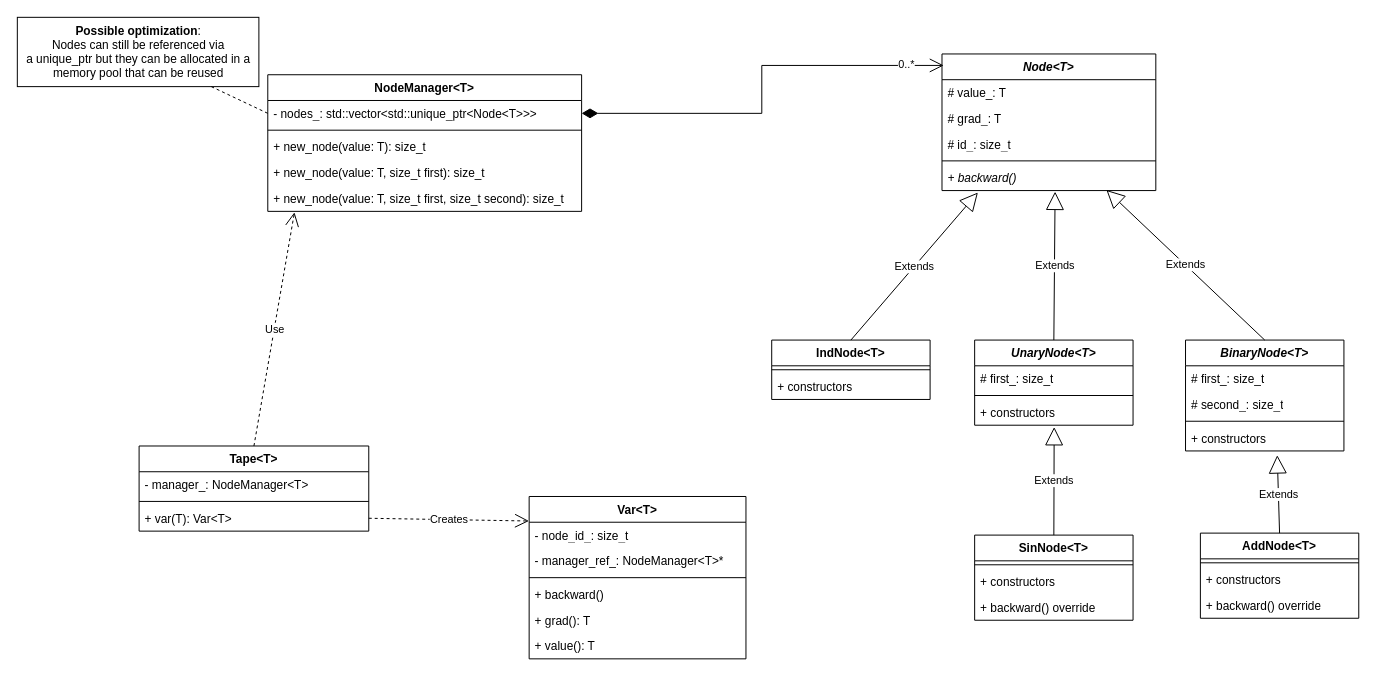
Before: docs/autodiff_reverse_main.drawio in giusgal/autodiff, a draw.io diagram. Source tidied: cells renumbered, new cells numbered last; positions are measured from the earlier drawing's top-left corner, leaving out a move shared by most shapes. Both pictures are drawn from the tidied source at 99%, with x=0, y=0 at pixel (17, 17).
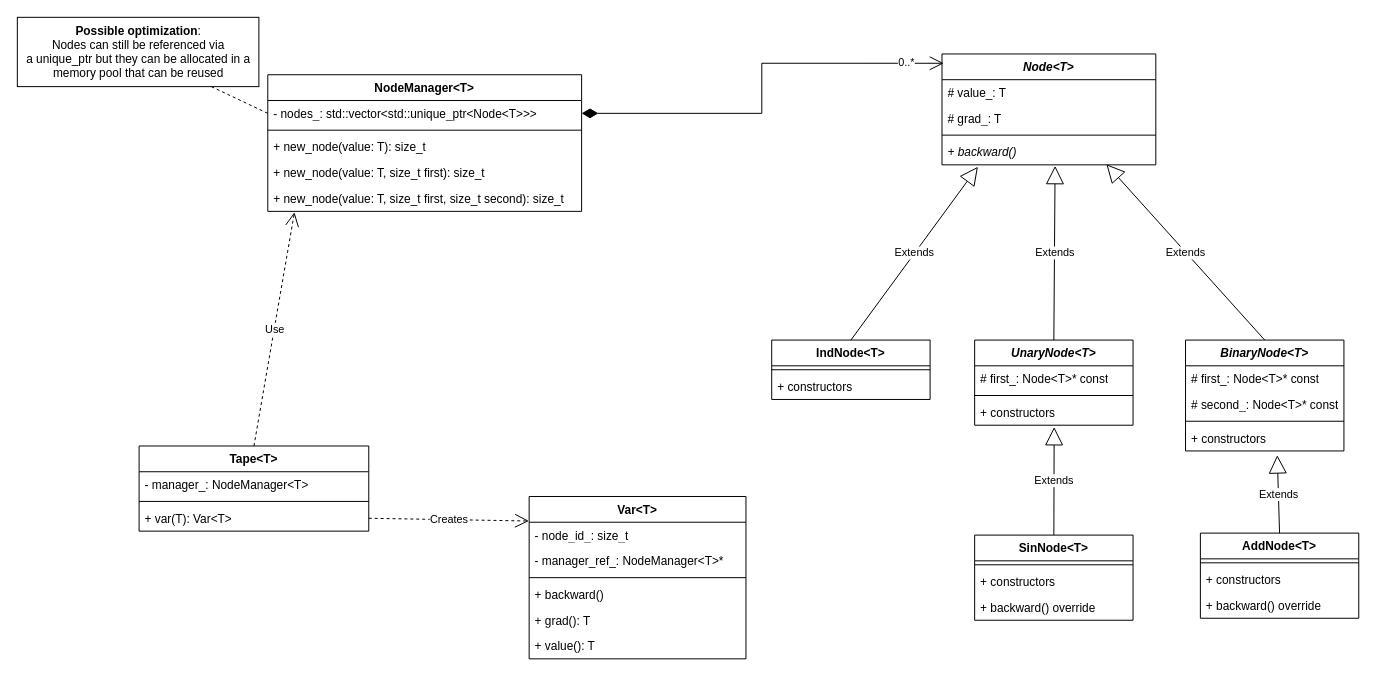
The same diagram, later.

Unchanged cells that the change refers to:
```xml
<mxCell id="26" value="UnaryNode&amp;lt;T&amp;gt;" style="swimlane;fontStyle=3;align=center;verticalAlign=top;horizontal=1;startSize=26;whiteSpace=wrap;html=1;" parent="1" vertex="1">
  <mxGeometry x="967" y="326" width="160" height="86" as="geometry" />
</mxCell>
<mxCell id="31" value="BinaryNode&amp;lt;T&amp;gt;" style="swimlane;fontStyle=3;align=center;verticalAlign=top;horizontal=1;startSize=26;whiteSpace=wrap;html=1;" parent="1" vertex="1">
  <mxGeometry x="1180" y="326" width="160" height="112" as="geometry" />
</mxCell>
```

What changed in the source:
```diff
@@
     <mxCell id="6" value="&lt;i&gt;Node&amp;lt;T&amp;gt;&lt;/i&gt;" style="swimlane;fontStyle=1;align=center;verticalAlign=top;horizontal=1;startSize=26;whiteSpace=wrap;html=1;" parent="1" vertex="1">
-      <mxGeometry x="934" y="37" width="216" height="138" as="geometry" />
+      <mxGeometry x="934" y="37" width="216" height="112" as="geometry" />
     </mxCell>
@@
-    <mxCell id="9" value="# id_: size_t" style="text;strokeColor=none;fillColor=none;align=left;verticalAlign=top;spacingLeft=4;spacingRight=4;overflow=hidden;whiteSpace=wrap;html=1;" parent="6" vertex="1">
-      <mxGeometry y="78" width="216" height="26" as="geometry" />
-    </mxCell>
     <mxCell id="10" style="line;strokeWidth=1;fillColor=none;align=left;verticalAlign=middle;spacingTop=-1;spacingLeft=3;spacingRight=3;labelPosition=right;strokeColor=inherit;" parent="6" vertex="1">
-      <mxGeometry y="104" width="216" height="8" as="geometry" />
+      <mxGeometry y="78" width="216" height="8" as="geometry" />
     </mxCell>
     <mxCell id="11" value="&lt;i&gt;+ backward()&lt;/i&gt;" style="text;strokeColor=none;fillColor=none;align=left;verticalAlign=top;spacingLeft=4;spacingRight=4;overflow=hidden;points=[[0,0.5],[1,0.5]];portConstraint=eastwest;whiteSpace=wrap;html=1;" parent="6" vertex="1">
-      <mxGeometry y="112" width="216" height="26" as="geometry" />
+      <mxGeometry y="86" width="216" height="26" as="geometry" />
     </mxCell>
@@
-    <mxCell id="27" value="# first_: size_t" style="text;strokeColor=none;fillColor=none;align=left;verticalAlign=top;spacingLeft=4;spacingRight=4;overflow=hidden;whiteSpace=wrap;html=1;" parent="26" vertex="1">
+    <mxCell id="27" value="# first_: Node&amp;lt;T&amp;gt;* const" style="text;strokeColor=none;fillColor=none;align=left;verticalAlign=top;spacingLeft=4;spacingRight=4;overflow=hidden;whiteSpace=wrap;html=1;" parent="26" vertex="1">
       <mxGeometry y="26" width="160" height="26" as="geometry" />
     </mxCell>
@@
-    <mxCell id="32" value="# first_: size_t" style="text;strokeColor=none;fillColor=none;align=left;verticalAlign=top;spacingLeft=4;spacingRight=4;overflow=hidden;whiteSpace=wrap;html=1;" parent="31" vertex="1">
+    <mxCell id="32" value="# first_: Node&amp;lt;T&amp;gt;* const" style="text;strokeColor=none;fillColor=none;align=left;verticalAlign=top;spacingLeft=4;spacingRight=4;overflow=hidden;whiteSpace=wrap;html=1;" parent="31" vertex="1">
       <mxGeometry y="26" width="160" height="26" as="geometry" />
     </mxCell>
-    <mxCell id="33" value="# second_: size_t" style="text;strokeColor=none;fillColor=none;align=left;verticalAlign=top;spacingLeft=4;spacingRight=4;overflow=hidden;whiteSpace=wrap;html=1;" parent="31" vertex="1">
+    <mxCell id="33" value="# second_: Node&amp;lt;T&amp;gt;* const" style="text;strokeColor=none;fillColor=none;align=left;verticalAlign=top;spacingLeft=4;spacingRight=4;overflow=hidden;whiteSpace=wrap;html=1;" parent="31" vertex="1">
       <mxGeometry y="52" width="160" height="26" as="geometry" />
     </mxCell>
```
